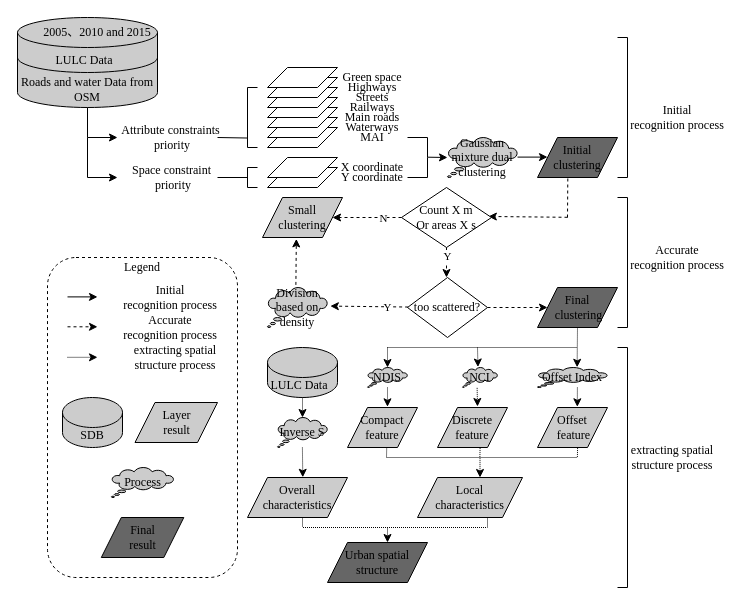
Earlier version of the draw.io diagram Untitled Diagram.drawio (xiaotongtongxue/flowChar). Source tidied: cells renumbered, new cells numbered last; positions are measured from the earlier drawing's top-left corner, leaving out a move shared by most shapes. Both pictures are drawn from the tidied source at 100%, with x=0, y=0 at pixel (17, 17).
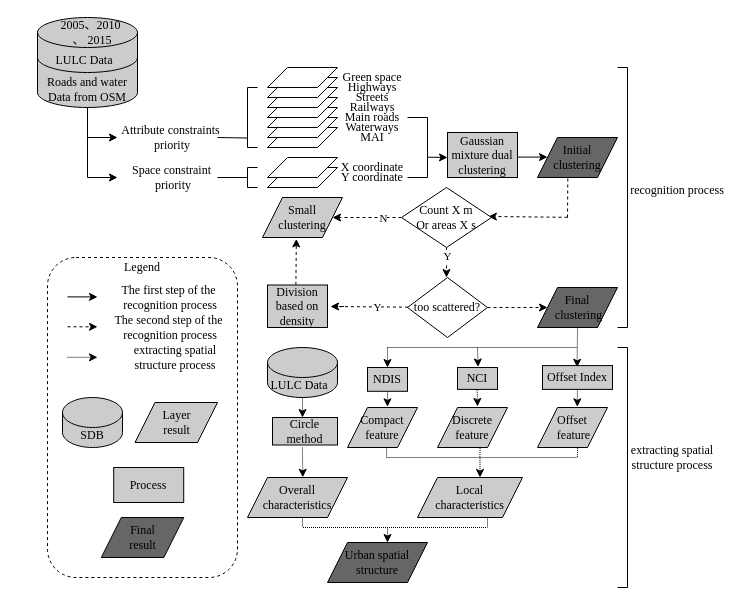
The same diagram, later.

The change refers to these unchanged cells:
```xml
<mxCell id="46" value="Small clustering" style="shape=parallelogram;perimeter=parallelogramPerimeter;whiteSpace=wrap;html=1;fixedSize=1;strokeWidth=1;fontFamily=Times New Roman;fontColor=#000000;fillColor=#CCCCCC;" parent="1" vertex="1">
  <mxGeometry x="245" y="180" width="80" height="40" as="geometry" />
</mxCell>
<mxCell id="49" value="too scattered?" style="rhombus;whiteSpace=wrap;html=1;strokeWidth=1;fontFamily=Times New Roman;fontColor=#000000;" parent="1" vertex="1">
  <mxGeometry x="390" y="260" width="80" height="60" as="geometry" />
</mxCell>
<mxCell id="55" value="Final&lt;br&gt;&amp;nbsp;clustering" style="shape=parallelogram;perimeter=parallelogramPerimeter;whiteSpace=wrap;html=1;fixedSize=1;strokeWidth=1;fontFamily=Times New Roman;fontColor=#000000;fillColor=#666666;" parent="1" vertex="1">
  <mxGeometry x="520" y="270" width="80" height="40" as="geometry" />
</mxCell>
<mxCell id="58" value="Compact feature" style="shape=parallelogram;perimeter=parallelogramPerimeter;whiteSpace=wrap;html=1;fixedSize=1;strokeWidth=1;fontFamily=Times New Roman;fontColor=#000000;fillColor=#CCCCCC;" parent="1" vertex="1">
  <mxGeometry x="330" y="390" width="70" height="40" as="geometry" />
</mxCell>
```

Diff of the diagram source:
```diff
@@
     <mxCell id="2" value="LULC Data&amp;nbsp;&amp;nbsp;" style="shape=cylinder3;whiteSpace=wrap;html=1;boundedLbl=1;backgroundOutline=1;size=15;fontFamily=Times New Roman;shadow=0;fillColor=#CCCCCC;" parent="1" vertex="1">
-      <mxGeometry width="140" height="60" as="geometry" />
+      <mxGeometry x="20" width="100" height="60" as="geometry" />
     </mxCell>
-    <mxCell id="3" value="2005、2010 and 2015" style="text;html=1;strokeColor=none;fillColor=none;align=center;verticalAlign=middle;whiteSpace=wrap;rounded=0;fontFamily=Times New Roman;" parent="1" vertex="1">
-      <mxGeometry x="15" y="10" width="130" height="10" as="geometry" />
+    <mxCell id="3" value="2005、2010&amp;nbsp;&lt;br&gt;、 2015" style="text;html=1;strokeColor=none;fillColor=none;align=center;verticalAlign=middle;whiteSpace=wrap;rounded=0;fontFamily=Times New Roman;" parent="1" vertex="1">
+      <mxGeometry x="10" y="10" width="130" height="10" as="geometry" />
     </mxCell>
     <mxCell id="4" value="&lt;span&gt;Roads and water Data from OSM&lt;/span&gt;" style="shape=cylinder3;whiteSpace=wrap;html=1;boundedLbl=1;backgroundOutline=1;size=15;lid=0;fontFamily=Times New Roman;fillColor=#CCCCCC;" parent="1" vertex="1">
-      <mxGeometry y="40" width="140" height="50" as="geometry" />
+      <mxGeometry x="20" y="40" width="100" height="50" as="geometry" />
     </mxCell>
@@
     <mxCell id="35" style="line;strokeWidth=1;html=1;fontFamily=Times New Roman;fontColor=#000000;" parent="1" vertex="1">
-      <mxGeometry x="390" y="115" width="20" height="10" as="geometry" />
+      <mxGeometry x="390" y="95" width="20" height="10" as="geometry" />
     </mxCell>
     <mxCell id="36" style="line;strokeWidth=1;direction=south;html=1;fontFamily=Times New Roman;fontColor=#000000;" parent="1" vertex="1">
-      <mxGeometry x="400" y="120" width="20" height="20" as="geometry" />
+      <mxGeometry x="400" y="100" width="20" height="40" as="geometry" />
     </mxCell>
@@
-    <mxCell id="38" value="Gaussian mixture dual clustering" style="whiteSpace=wrap;html=1;shape=mxgraph.basic.cloud_callout;strokeWidth=1;fontFamily=Times New Roman;fontColor=#000000;fillColor=#CCCCCC;" parent="1" vertex="1">
-      <mxGeometry x="430" y="120" width="70" height="40" as="geometry" />
-    </mxCell>
@@
-    <mxCell id="50" style="endArrow=classic;html=1;fontFamily=Times New Roman;dashed=1;entryX=1.047;entryY=0.465;entryDx=0;entryDy=0;entryPerimeter=0;" parent="1" edge="1" source="49" target="52">
-      <mxGeometry relative="1" as="geometry" />
+    <mxCell id="50" style="endArrow=classic;html=1;fontFamily=Times New Roman;dashed=1;" parent="1" edge="1" source="49">
+      <mxGeometry relative="1" as="geometry">
+        <mxPoint x="313" y="289" as="targetPoint" />
+        <Array as="points">
+          <mxPoint x="313" y="289" />
+          <mxPoint x="330" y="289" />
+        </Array>
+      </mxGeometry>
     </mxCell>
@@
-    <mxCell id="52" value="&lt;div&gt;Division&lt;/div&gt;&lt;div&gt;based on&lt;/div&gt;&lt;div&gt;density&lt;/div&gt;" style="whiteSpace=wrap;html=1;shape=mxgraph.basic.cloud_callout;strokeWidth=1;fontFamily=Times New Roman;fontColor=#000000;fillColor=#CCCCCC;" parent="1" vertex="1">
-      <mxGeometry x="250" y="270" width="60" height="40" as="geometry" />
-    </mxCell>
-    <mxCell id="53" style="endArrow=classic;html=1;fontFamily=Times New Roman;dashed=1;entryX=0.423;entryY=1.035;entryDx=0;entryDy=0;entryPerimeter=0;exitX=0.473;exitY=-0.065;exitDx=0;exitDy=0;exitPerimeter=0;" parent="1" edge="1" source="52" target="46">
-      <mxGeometry relative="1" as="geometry" />
+    <mxCell id="53" style="endArrow=classic;html=1;fontFamily=Times New Roman;dashed=1;entryX=0.423;entryY=1.035;entryDx=0;entryDy=0;entryPerimeter=0;exitX=0.473;exitY=-0.065;exitDx=0;exitDy=0;exitPerimeter=0;" parent="1" edge="1" target="46">
+      <mxGeometry relative="1" as="geometry">
+        <mxPoint x="278.4" y="267.4" as="sourcePoint" />
+      </mxGeometry>
     </mxCell>
@@
-    <mxCell id="57" style="endArrow=classic;html=1;fontFamily=Times New Roman;dashed=1;exitX=0.5;exitY=1;exitDx=0;exitDy=0;dashPattern=1 1;entryX=0.566;entryY=-0.01;entryDx=0;entryDy=0;entryPerimeter=0;" parent="1" edge="1" source="55" target="64">
-      <mxGeometry relative="1" as="geometry" />
+    <mxCell id="57" style="endArrow=classic;html=1;fontFamily=Times New Roman;dashed=1;exitX=0.5;exitY=1;exitDx=0;exitDy=0;dashPattern=1 1;entryX=0.566;entryY=-0.01;entryDx=0;entryDy=0;entryPerimeter=0;" parent="1" edge="1" source="55">
+      <mxGeometry relative="1" as="geometry">
+        <mxPoint x="559.6" y="349.8" as="targetPoint" />
+      </mxGeometry>
     </mxCell>
@@
-    <mxCell id="61" style="endArrow=classic;html=1;fontFamily=Times New Roman;dashed=1;dashPattern=1 1;entryX=0.442;entryY=-0.023;entryDx=0;entryDy=0;entryPerimeter=0;" parent="1" edge="1" target="63">
+    <mxCell id="61" style="endArrow=classic;html=1;fontFamily=Times New Roman;dashed=1;dashPattern=1 1;entryX=0.442;entryY=-0.023;entryDx=0;entryDy=0;entryPerimeter=0;" parent="1" edge="1">
       <mxGeometry relative="1" as="geometry">
         <mxPoint x="460" y="330" as="sourcePoint" />
+        <mxPoint x="460.5" y="349.5" as="targetPoint" />
       </mxGeometry>
     </mxCell>
-    <mxCell id="62" value="NDIS" style="whiteSpace=wrap;html=1;shape=mxgraph.basic.cloud_callout;strokeWidth=1;fontFamily=Times New Roman;fontColor=#000000;fillColor=#CCCCCC;" parent="1" vertex="1">
-      <mxGeometry x="350" y="350" width="40" height="20" as="geometry" />
-    </mxCell>
-    <mxCell id="63" value="NCI" style="whiteSpace=wrap;html=1;shape=mxgraph.basic.cloud_callout;strokeWidth=1;fontFamily=Times New Roman;fontColor=#000000;fillColor=#CCCCCC;" parent="1" vertex="1">
-      <mxGeometry x="445" y="350" width="35" height="20" as="geometry" />
-    </mxCell>
-    <mxCell id="64" value="Offset Index" style="whiteSpace=wrap;html=1;shape=mxgraph.basic.cloud_callout;strokeWidth=1;fontFamily=Times New Roman;fontColor=#000000;fillColor=#CCCCCC;" parent="1" vertex="1">
-      <mxGeometry x="520" y="350" width="70" height="20" as="geometry" />
-    </mxCell>
@@
-    <mxCell id="66" style="endArrow=classic;html=1;fontFamily=Times New Roman;dashed=1;dashPattern=1 1;entryX=0.5;entryY=0;entryDx=0;entryDy=0;" parent="1" edge="1" target="62">
+    <mxCell id="66" style="endArrow=classic;html=1;fontFamily=Times New Roman;dashed=1;dashPattern=1 1;entryX=0.5;entryY=0;entryDx=0;entryDy=0;" parent="1" edge="1">
       <mxGeometry relative="1" as="geometry">
         <mxPoint x="370" y="330" as="sourcePoint" />
+        <mxPoint x="370" y="350" as="targetPoint" />
       </mxGeometry>
     </mxCell>
-    <mxCell id="67" style="endArrow=classic;html=1;fontFamily=Times New Roman;dashed=1;exitX=0.5;exitY=1;exitDx=0;exitDy=0;dashPattern=1 1;entryX=0.571;entryY=-0.017;entryDx=0;entryDy=0;entryPerimeter=0;" parent="1" edge="1" source="62" target="58">
-      <mxGeometry relative="1" as="geometry" />
+    <mxCell id="67" style="endArrow=classic;html=1;fontFamily=Times New Roman;dashed=1;exitX=0.5;exitY=1;exitDx=0;exitDy=0;dashPattern=1 1;entryX=0.571;entryY=-0.017;entryDx=0;entryDy=0;entryPerimeter=0;" parent="1" edge="1" target="58">
+      <mxGeometry relative="1" as="geometry">
+        <mxPoint x="370" y="370" as="sourcePoint" />
+      </mxGeometry>
     </mxCell>
-    <mxCell id="68" style="endArrow=classic;html=1;fontFamily=Times New Roman;dashed=1;exitX=0.418;exitY=1.017;exitDx=0;exitDy=0;dashPattern=1 1;exitPerimeter=0;" parent="1" edge="1" source="63">
+    <mxCell id="68" style="endArrow=classic;html=1;fontFamily=Times New Roman;dashed=1;exitX=0.418;exitY=1.017;exitDx=0;exitDy=0;dashPattern=1 1;exitPerimeter=0;" parent="1" edge="1">
       <mxGeometry relative="1" as="geometry">
+        <mxPoint x="459.6" y="370.3" as="sourcePoint" />
         <mxPoint x="460" y="389" as="targetPoint" />
       </mxGeometry>
     </mxCell>
@@
-    <mxCell id="70" style="endArrow=classic;html=1;fontFamily=Times New Roman;dashed=1;dashPattern=1 1;entryX=0.5;entryY=0;entryDx=0;entryDy=0;" parent="1" edge="1" target="71">
+    <mxCell id="70" style="endArrow=classic;html=1;fontFamily=Times New Roman;dashed=1;dashPattern=1 1;entryX=0.5;entryY=0;entryDx=0;entryDy=0;" parent="1" edge="1">
       <mxGeometry relative="1" as="geometry">
         <mxPoint x="285" y="380" as="sourcePoint" />
+        <mxPoint x="285" y="400" as="targetPoint" />
       </mxGeometry>
     </mxCell>
-    <mxCell id="71" value="Inverse S" style="whiteSpace=wrap;html=1;shape=mxgraph.basic.cloud_callout;strokeWidth=1;fontFamily=Times New Roman;fontColor=#000000;fillColor=#CCCCCC;" parent="1" vertex="1">
-      <mxGeometry x="260" y="400" width="50" height="30" as="geometry" />
-    </mxCell>
@@
-    <mxCell id="88" value="Initial &lt;br&gt;recognition process" style="text;html=1;strokeColor=none;fillColor=none;align=center;verticalAlign=middle;whiteSpace=wrap;rounded=0;fontFamily=Times New Roman;" parent="1" vertex="1">
+    <mxCell id="88" value="The first step of the&amp;nbsp;&lt;br&gt;recognition process" style="text;html=1;strokeColor=none;fillColor=none;align=center;verticalAlign=middle;whiteSpace=wrap;rounded=0;fontFamily=Times New Roman;" parent="1" vertex="1">
       <mxGeometry x="87.5" y="270" width="130" height="20" as="geometry" />
     </mxCell>
-    <mxCell id="89" value="Accurate &lt;br&gt;recognition process" style="text;html=1;strokeColor=none;fillColor=none;align=center;verticalAlign=middle;whiteSpace=wrap;rounded=0;fontFamily=Times New Roman;" parent="1" vertex="1">
+    <mxCell id="89" value="The second step of the&amp;nbsp;&lt;br&gt;recognition process" style="text;html=1;strokeColor=none;fillColor=none;align=center;verticalAlign=middle;whiteSpace=wrap;rounded=0;fontFamily=Times New Roman;" parent="1" vertex="1">
       <mxGeometry x="77.5" y="300" width="150" height="20" as="geometry" />
     </mxCell>
@@
-    <mxCell id="94" value="Process" style="whiteSpace=wrap;html=1;shape=mxgraph.basic.cloud_callout;strokeWidth=1;fontFamily=Times New Roman;fontColor=#000000;fillColor=#CCCCCC;" parent="1" vertex="1">
-      <mxGeometry x="93.8" y="450" width="62.5" height="30" as="geometry" />
-    </mxCell>
-    <mxCell id="95" style="strokeWidth=1;html=1;shape=mxgraph.flowchart.annotation_1;align=left;fontFamily=Times New Roman;direction=west;" parent="1" vertex="1">
-      <mxGeometry x="600" y="20" width="10" height="140" as="geometry" />
-    </mxCell>
     <mxCell id="96" style="strokeWidth=1;html=1;shape=mxgraph.flowchart.annotation_1;align=left;fontFamily=Times New Roman;direction=west;" parent="1" vertex="1">
-      <mxGeometry x="600" y="180" width="10" height="130" as="geometry" />
+      <mxGeometry x="600" y="50" width="10" height="260" as="geometry" />
     </mxCell>
@@
-    <mxCell id="98" value="Initial &lt;br&gt;recognition process" style="text;html=1;strokeColor=none;fillColor=none;align=center;verticalAlign=middle;whiteSpace=wrap;rounded=0;fontFamily=Times New Roman;" parent="1" vertex="1">
-      <mxGeometry x="610" y="90" width="100" height="20" as="geometry" />
-    </mxCell>
-    <mxCell id="99" value="Accurate &lt;br&gt;recognition process" style="text;html=1;strokeColor=none;fillColor=none;align=center;verticalAlign=middle;whiteSpace=wrap;rounded=0;fontFamily=Times New Roman;" parent="1" vertex="1">
-      <mxGeometry x="600" y="230" width="120" height="20" as="geometry" />
+    <mxCell id="99" value="&amp;nbsp;&lt;br&gt;recognition process" style="text;html=1;strokeColor=none;fillColor=none;align=center;verticalAlign=middle;whiteSpace=wrap;rounded=0;fontFamily=Times New Roman;" parent="1" vertex="1">
+      <mxGeometry x="600" y="155" width="120" height="20" as="geometry" />
     </mxCell>
@@
+    <mxCell id="38" value="&lt;span style=&quot;font-family: &amp;#34;times new roman&amp;#34;&quot;&gt;Gaussian mixture dual clustering&lt;/span&gt;" style="rounded=0;whiteSpace=wrap;html=1;fillColor=#CCCCCC;" parent="1" vertex="1">
+      <mxGeometry x="430" y="115" width="70" height="45" as="geometry" />
+    </mxCell>
+    <mxCell id="94" value="&lt;span style=&quot;font-family: &amp;#34;times new roman&amp;#34;&quot;&gt;Process&lt;/span&gt;" style="rounded=0;whiteSpace=wrap;html=1;fillColor=#CCCCCC;" parent="1" vertex="1">
+      <mxGeometry x="96.2" y="450" width="70" height="35" as="geometry" />
+    </mxCell>
+    <mxCell id="52" value="&lt;div style=&quot;font-family: &amp;#34;times new roman&amp;#34;&quot;&gt;Division&lt;/div&gt;&lt;div style=&quot;font-family: &amp;#34;times new roman&amp;#34;&quot;&gt;based on&lt;/div&gt;&lt;div style=&quot;font-family: &amp;#34;times new roman&amp;#34;&quot;&gt;density&lt;/div&gt;" style="rounded=0;whiteSpace=wrap;html=1;fillColor=#CCCCCC;" parent="1" vertex="1">
+      <mxGeometry x="250" y="267.5" width="60" height="42.5" as="geometry" />
+    </mxCell>
+    <mxCell id="104" value="&lt;font face=&quot;times new roman&quot;&gt;Circle method&lt;/font&gt;" style="rounded=0;whiteSpace=wrap;html=1;fillColor=#CCCCCC;" parent="1" vertex="1">
+      <mxGeometry x="255" y="400" width="65" height="27.5" as="geometry" />
+    </mxCell>
+    <mxCell id="62" value="&lt;span style=&quot;font-family: &amp;#34;times new roman&amp;#34;&quot;&gt;NDIS&lt;/span&gt;" style="rounded=0;whiteSpace=wrap;html=1;fillColor=#CCCCCC;" parent="1" vertex="1">
+      <mxGeometry x="350" y="350" width="40" height="23.8" as="geometry" />
+    </mxCell>
+    <mxCell id="63" value="&lt;span style=&quot;font-family: &amp;#34;times new roman&amp;#34;&quot;&gt;NCI&lt;/span&gt;" style="rounded=0;whiteSpace=wrap;html=1;fillColor=#CCCCCC;" parent="1" vertex="1">
+      <mxGeometry x="440" y="350" width="40" height="21.9" as="geometry" />
+    </mxCell>
+    <mxCell id="64" value="&lt;span style=&quot;font-family: &amp;#34;times new roman&amp;#34;&quot;&gt;Offset Index&lt;/span&gt;" style="rounded=0;whiteSpace=wrap;html=1;fillColor=#CCCCCC;" parent="1" vertex="1">
+      <mxGeometry x="525" y="348.1" width="70" height="23.8" as="geometry" />
+    </mxCell>
```
